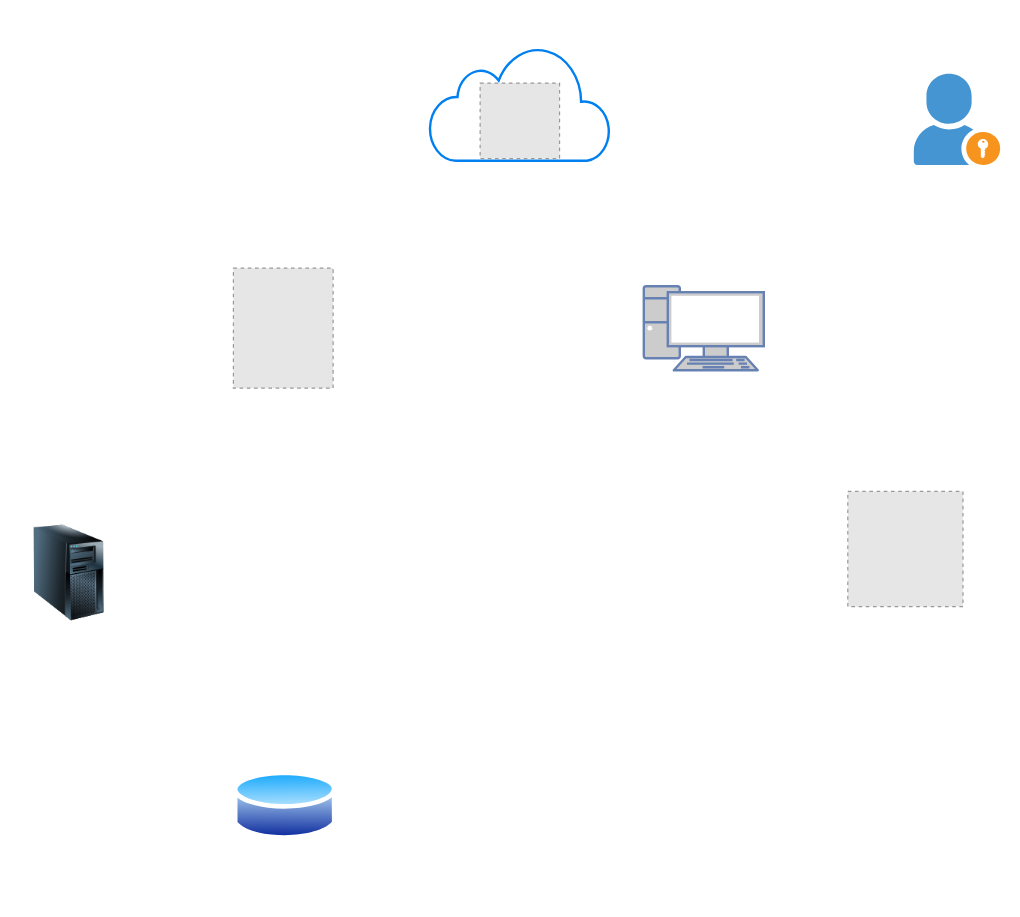
Above: 物理拓扑.drawio in niusama2/papper_chart (draw.io), before the change. Source tidied: cells renumbered, new cells numbered last; positions are measured from the earlier drawing's top-left corner, leaving out a move shared by most shapes. Both pictures are drawn from the tidied source at 120%, with x=0, y=0 at pixel (20, 20). Pictures stored in the file or linked from it are replaced by grey dashed boxes.
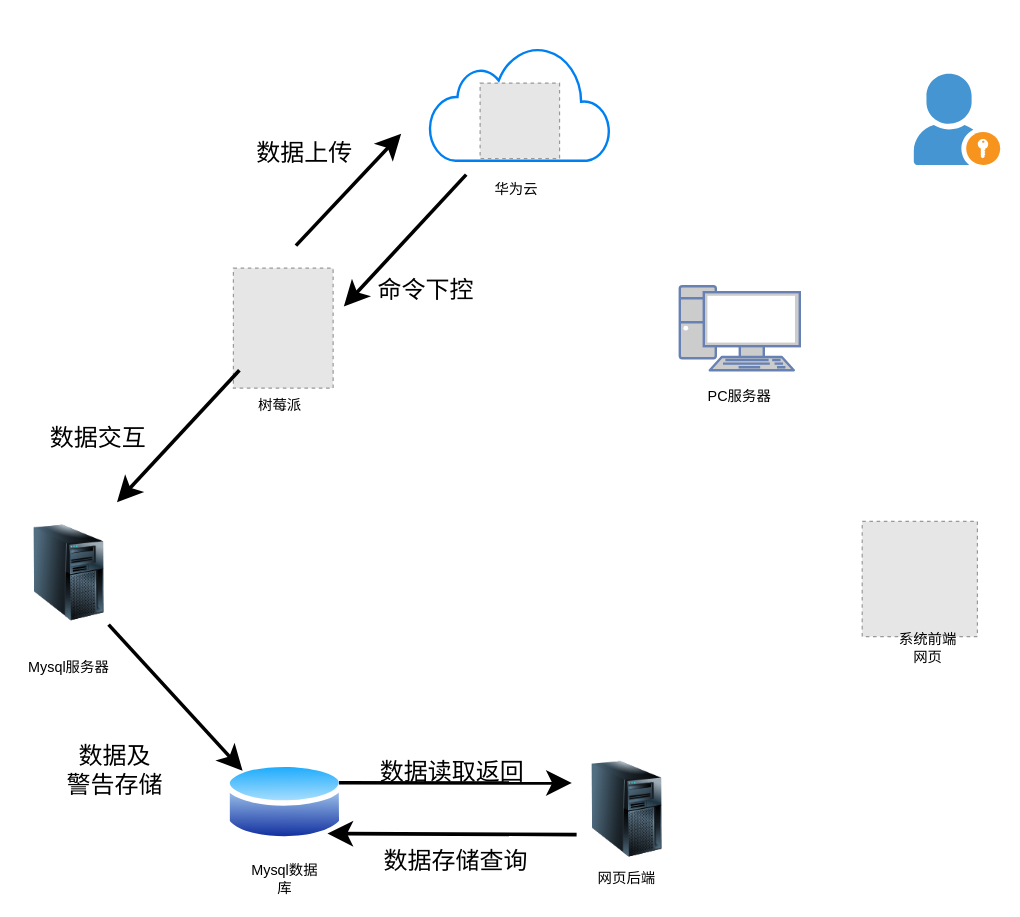
After the change.

Commit message (it also covers changes not shown here):
更新物理拓扑.drawio

Diff of the diagram source:
```diff
@@
+    <mxCell id="11" style="edgeStyle=none;rounded=1;orthogonalLoop=1;jettySize=auto;html=1;exitX=1;exitY=0;exitDx=0;exitDy=0;fontStyle=0;curved=0;strokeColor=default;targetPerimeterSpacing=0;endSize=12;startSize=12;strokeWidth=3;" parent="1" edge="1">
+      <mxGeometry relative="1" as="geometry">
+        <mxPoint x="229.1" y="187.2" as="sourcePoint" />
+        <mxPoint x="316.8" y="94" as="targetPoint" />
+      </mxGeometry>
+    </mxCell>
@@
     <mxCell id="6" style="fontColor=#0066CC;verticalAlign=top;verticalLabelPosition=bottom;labelPosition=center;align=center;html=1;fillColor=#CCCCCC;strokeColor=#6881B3;gradientColor=none;gradientDirection=north;strokeWidth=2;shape=mxgraph.networks.pc;" parent="1" vertex="1">
-      <mxGeometry x="519" y="221" width="100" height="70" as="geometry" />
+      <mxGeometry x="549" y="221" width="100" height="70" as="geometry" />
     </mxCell>
@@
     <mxCell id="9" style="image;perimeter=ellipsePerimeter;html=1;align=center;shadow=0;dashed=0;spacingTop=3;image=img/lib/active_directory/database.svg;" parent="1" vertex="1">
-      <mxGeometry x="177" y="622" width="86.5" height="64" as="geometry" />
+      <mxGeometry x="170" y="614" width="100" height="74" as="geometry" />
     </mxCell>
     <mxCell id="10" style="fillColor=#E6E6E6;strokeColor=#999999;dashed=1;verticalLabelPosition=bottom;labelBackgroundColor=default;verticalAlign=top;" parent="1" vertex="1">
-      <mxGeometry x="689" y="392" width="96" height="96" as="geometry" />
+      <mxGeometry x="701" y="417" width="96" height="96" as="geometry" />
     </mxCell>
+    <mxCell id="12" value="数据上传" style="text;html=1;align=center;verticalAlign=middle;whiteSpace=wrap;rounded=0;fontSize=20;" parent="1" vertex="1">
+      <mxGeometry x="177" y="98" width="119" height="22" as="geometry" />
+    </mxCell>
+    <mxCell id="13" style="edgeStyle=none;rounded=1;orthogonalLoop=1;jettySize=auto;html=1;fontStyle=0;curved=0;strokeColor=default;targetPerimeterSpacing=0;endSize=12;startSize=12;strokeWidth=3;" parent="1" edge="1">
+      <mxGeometry relative="1" as="geometry">
+        <mxPoint x="371" y="128" as="sourcePoint" />
+        <mxPoint x="269" y="238" as="targetPoint" />
+      </mxGeometry>
+    </mxCell>
+    <mxCell id="14" value="命令下控" style="text;html=1;align=center;verticalAlign=middle;whiteSpace=wrap;rounded=0;fontSize=20;" parent="1" vertex="1">
+      <mxGeometry x="278" y="212" width="119" height="22" as="geometry" />
+    </mxCell>
+    <mxCell id="15" value="华为云" style="text;html=1;align=center;verticalAlign=middle;whiteSpace=wrap;rounded=0;" parent="1" vertex="1">
+      <mxGeometry x="383" y="126" width="60" height="30" as="geometry" />
+    </mxCell>
+    <mxCell id="16" value="树莓派" style="text;html=1;align=center;verticalAlign=middle;whiteSpace=wrap;rounded=0;" parent="1" vertex="1">
+      <mxGeometry x="186" y="306" width="60" height="30" as="geometry" />
+    </mxCell>
+    <mxCell id="17" value="PC服务器" style="text;html=1;align=center;verticalAlign=middle;whiteSpace=wrap;rounded=0;" parent="1" vertex="1">
+      <mxGeometry x="569" y="298" width="60" height="30" as="geometry" />
+    </mxCell>
+    <mxCell id="18" value="Mysql服务器" style="text;html=1;align=center;verticalAlign=middle;whiteSpace=wrap;rounded=0;" parent="1" vertex="1">
+      <mxGeometry x="5" y="523" width="70" height="32" as="geometry" />
+    </mxCell>
+    <mxCell id="19" value="系统前端网页" style="text;html=1;align=center;verticalAlign=middle;whiteSpace=wrap;rounded=0;" parent="1" vertex="1">
+      <mxGeometry x="726" y="508" width="60" height="30" as="geometry" />
+    </mxCell>
+    <mxCell id="20" style="image;html=1;image=img/lib/clip_art/computers/Server_Tower_128x128.png;" parent="1" vertex="1">
+      <mxGeometry x="465" y="617" width="80" height="80" as="geometry" />
+    </mxCell>
+    <mxCell id="21" value="网页后端" style="text;html=1;align=center;verticalAlign=middle;whiteSpace=wrap;rounded=0;" parent="1" vertex="1">
+      <mxGeometry x="475" y="700" width="60" height="30" as="geometry" />
+    </mxCell>
+    <mxCell id="22" value="Mysql数据库" style="text;html=1;align=center;verticalAlign=middle;whiteSpace=wrap;rounded=0;" parent="1" vertex="1">
+      <mxGeometry x="190" y="700" width="60" height="30" as="geometry" />
+    </mxCell>
+    <mxCell id="23" style="edgeStyle=none;rounded=1;orthogonalLoop=1;jettySize=auto;html=1;fontStyle=0;curved=0;strokeColor=default;targetPerimeterSpacing=0;endSize=12;startSize=12;strokeWidth=3;" parent="1" edge="1">
+      <mxGeometry relative="1" as="geometry">
+        <mxPoint x="182" y="291" as="sourcePoint" />
+        <mxPoint x="80" y="401" as="targetPoint" />
+      </mxGeometry>
+    </mxCell>
+    <mxCell id="24" value="数据交互" style="text;html=1;align=center;verticalAlign=middle;whiteSpace=wrap;rounded=0;fontSize=20;" parent="1" vertex="1">
+      <mxGeometry x="5" y="336" width="119" height="22" as="geometry" />
+    </mxCell>
+    <mxCell id="25" style="edgeStyle=none;rounded=1;jettySize=auto;html=1;fontStyle=0;curved=0;strokeColor=default;targetPerimeterSpacing=0;endSize=12;startSize=12;strokeWidth=3;entryX=0;entryY=0;entryDx=0;entryDy=0;" parent="1" edge="1" target="9">
+      <mxGeometry relative="1" as="geometry">
+        <mxPoint x="73" y="503" as="sourcePoint" />
+      </mxGeometry>
+    </mxCell>
+    <mxCell id="26" value="数据及&lt;div&gt;警告存储&lt;/div&gt;" style="text;html=1;align=center;verticalAlign=middle;whiteSpace=wrap;rounded=0;fontSize=20;" parent="1" vertex="1">
+      <mxGeometry x="19" y="603" width="119" height="42" as="geometry" />
+    </mxCell>
+    <mxCell id="27" style="edgeStyle=none;rounded=1;jettySize=auto;html=1;fontStyle=0;curved=0;strokeColor=default;targetPerimeterSpacing=0;endSize=12;startSize=12;strokeWidth=3;exitX=1;exitY=0.25;exitDx=0;exitDy=0;" parent="1" edge="1" source="9">
+      <mxGeometry relative="1" as="geometry">
+        <mxPoint x="459" y="635" as="targetPoint" />
+      </mxGeometry>
+    </mxCell>
+    <mxCell id="28" value="数据读取返回" style="text;html=1;align=center;verticalAlign=middle;whiteSpace=wrap;rounded=0;fontSize=20;" parent="1" vertex="1">
+      <mxGeometry x="293" y="614" width="133" height="22" as="geometry" />
+    </mxCell>
+    <mxCell id="29" style="edgeStyle=none;rounded=0;orthogonalLoop=1;jettySize=auto;html=1;exitX=0.5;exitY=0;exitDx=0;exitDy=0;" parent="1" edge="1" source="28" target="28">
+      <mxGeometry relative="1" as="geometry" />
+    </mxCell>
+    <mxCell id="30" style="edgeStyle=none;rounded=0;orthogonalLoop=1;jettySize=auto;html=1;exitX=0.5;exitY=0;exitDx=0;exitDy=0;" parent="1" edge="1" source="28" target="28">
+      <mxGeometry relative="1" as="geometry" />
+    </mxCell>
+    <mxCell id="31" style="edgeStyle=none;rounded=1;jettySize=auto;html=1;fontStyle=0;curved=0;strokeColor=default;targetPerimeterSpacing=0;endSize=12;startSize=12;strokeWidth=3;entryX=1;entryY=1;entryDx=0;entryDy=0;" parent="1" edge="1" target="9">
+      <mxGeometry relative="1" as="geometry">
+        <mxPoint x="463" y="678" as="sourcePoint" />
+      </mxGeometry>
+    </mxCell>
+    <mxCell id="32" value="数据存储查询" style="text;html=1;align=center;verticalAlign=middle;whiteSpace=wrap;rounded=0;fontSize=20;" parent="1" vertex="1">
+      <mxGeometry x="296" y="688" width="133" height="22" as="geometry" />
+    </mxCell>
```
